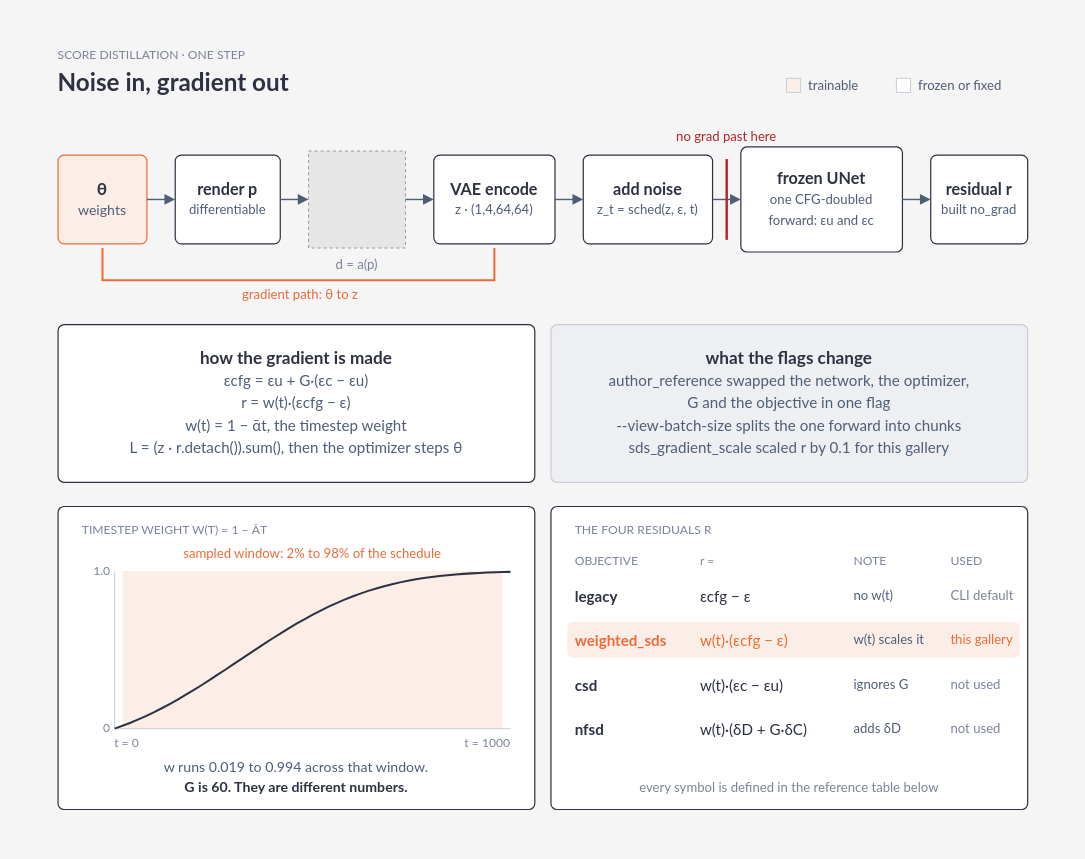
Portocolom-Studio/potocolom keeps this draw.io diagram as docs/figures/sds.drawio. Above is the earlier version. Source tidied: cells renumbered, new cells numbered last; positions are measured from the earlier drawing's top-left corner, leaving out a move shared by most shapes. Both pictures are drawn from the tidied source at 101%, with x=0, y=0 at pixel (17, 17). Pictures stored in the file or linked from it are replaced by grey dashed boxes.
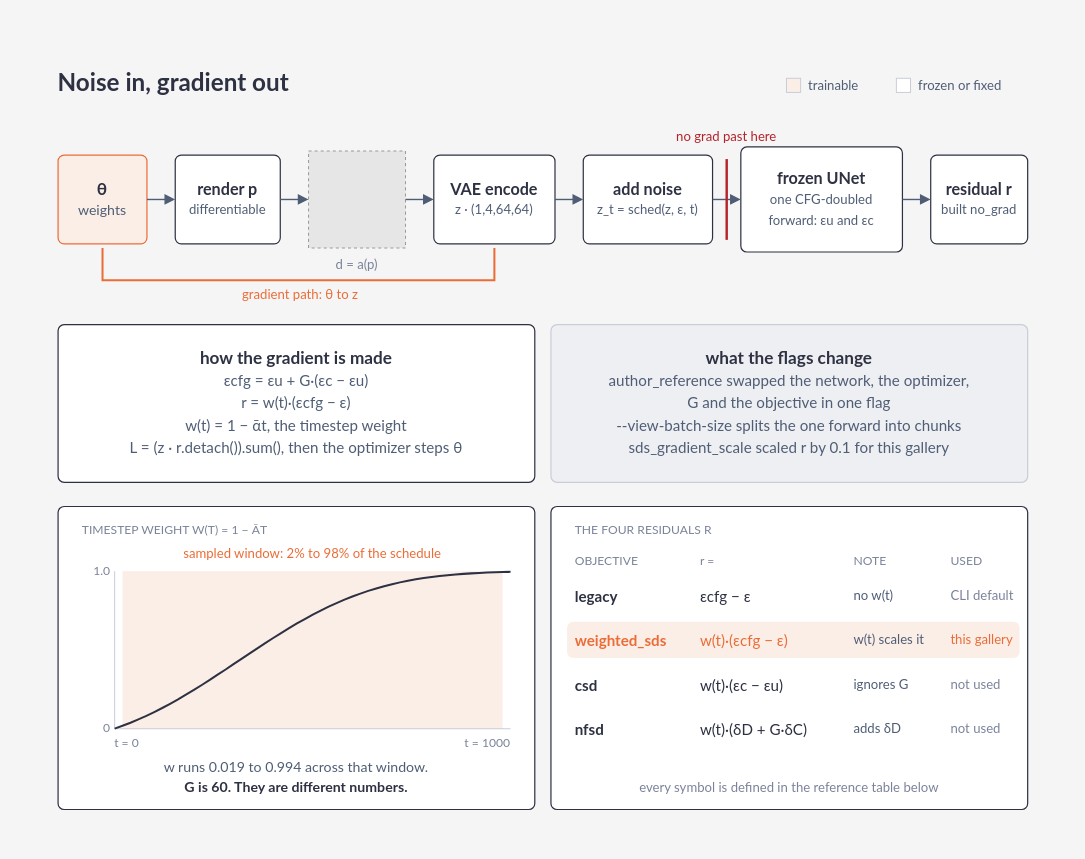
After the change.

The edit, as a diff of the source:
```diff
@@
     <mxCell id="2" style="rounded=0;absoluteArcSize=1;arcSize=12;whiteSpace=wrap;html=1;fillColor=#f5f5f5;strokeColor=none;strokeWidth=1.2;fontFamily=Lato;fontSize=16;fontColor=#2d3142;fontStyle=1;align=center;verticalAlign=middle;spacing=10;selectable=0;" parent="1" vertex="1">
-      <mxGeometry width="1040" height="816" as="geometry" />
+      <mxGeometry y="20" width="1040" height="796" as="geometry" />
     </mxCell>
-    <mxCell id="3" value="SCORE DISTILLATION · ONE STEP" style="text;html=1;whiteSpace=wrap;fontFamily=Lato;fontSize=12;fontColor=#7a8399;fontStyle=0;align=left;verticalAlign=middle;spacing=0;" parent="1" vertex="1">
-      <mxGeometry x="40" y="28" width="960" height="18" as="geometry" />
-    </mxCell>
```
